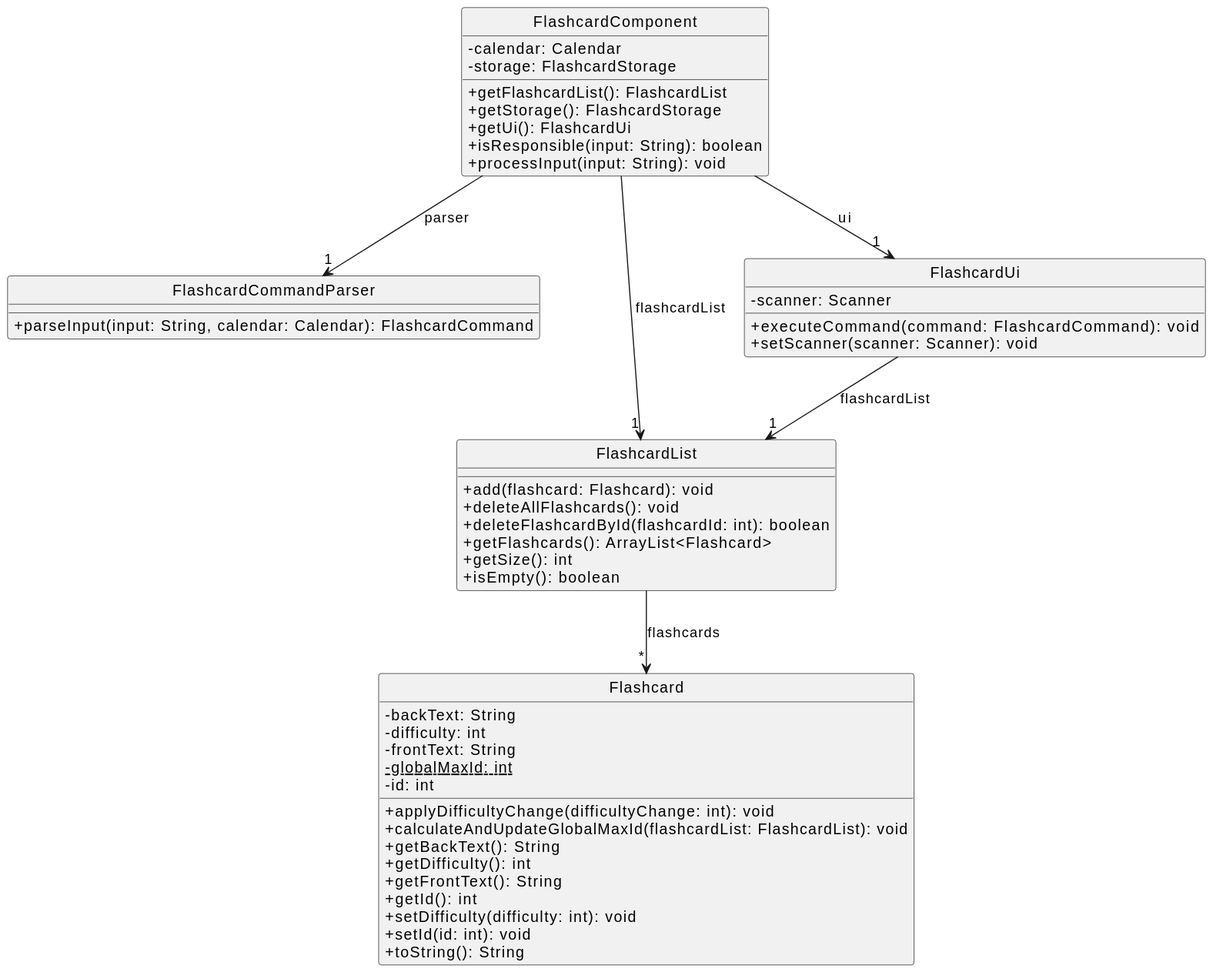
nus-cs2113-AY2324S1/tp keeps this PlantUML diagram as docs/Diagrams/flashcard-diagrams/overview_classes.svg. Above is the earlier version. Its diagram source:
```plantuml
@startuml
hide circle
skinparam classAttributeIconSize 0


class Flashcard {
  - backText: String
  - difficulty: int
  - frontText: String
  - {static} globalMaxId: int
  - id: int
  + applyDifficultyChange(difficultyChange: int): void
  + calculateAndUpdateGlobalMaxId(flashcardList: FlashcardList): void
  + getBackText(): String
  + getDifficulty(): int
  + getFrontText(): String
  + getId(): int
  + setDifficulty(difficulty: int): void
  + setId(id: int): void
  + toString(): String
}

class FlashcardCommandParser {
  + parseInput(input: String, calendar: Calendar): FlashcardCommand
}

class FlashcardComponent {
  - calendar: Calendar
  - storage: FlashcardStorage
  + getFlashcardList(): FlashcardList
  + getStorage(): FlashcardStorage
  + getUi(): FlashcardUi
  + isResponsible(input: String): boolean
  + processInput(input: String): void
}

class FlashcardList {
  + add(flashcard: Flashcard): void
  + deleteAllFlashcards(): void
  + deleteFlashcardById(flashcardId: int): boolean
  + getFlashcards(): ArrayList<Flashcard>
  + getSize(): int
  + isEmpty(): boolean
}

class FlashcardUi {
  - scanner: Scanner
  + executeCommand(command: FlashcardCommand): void
  + setScanner(scanner: Scanner): void
}


FlashcardComponent --> "1" FlashcardList : flashcardList
FlashcardComponent --> "1" FlashcardCommandParser : parser
FlashcardComponent --> "1" FlashcardUi : ui

FlashcardUi --> "1" FlashcardList : flashcardList

FlashcardList --> "*" Flashcard : flashcards
@enduml
```
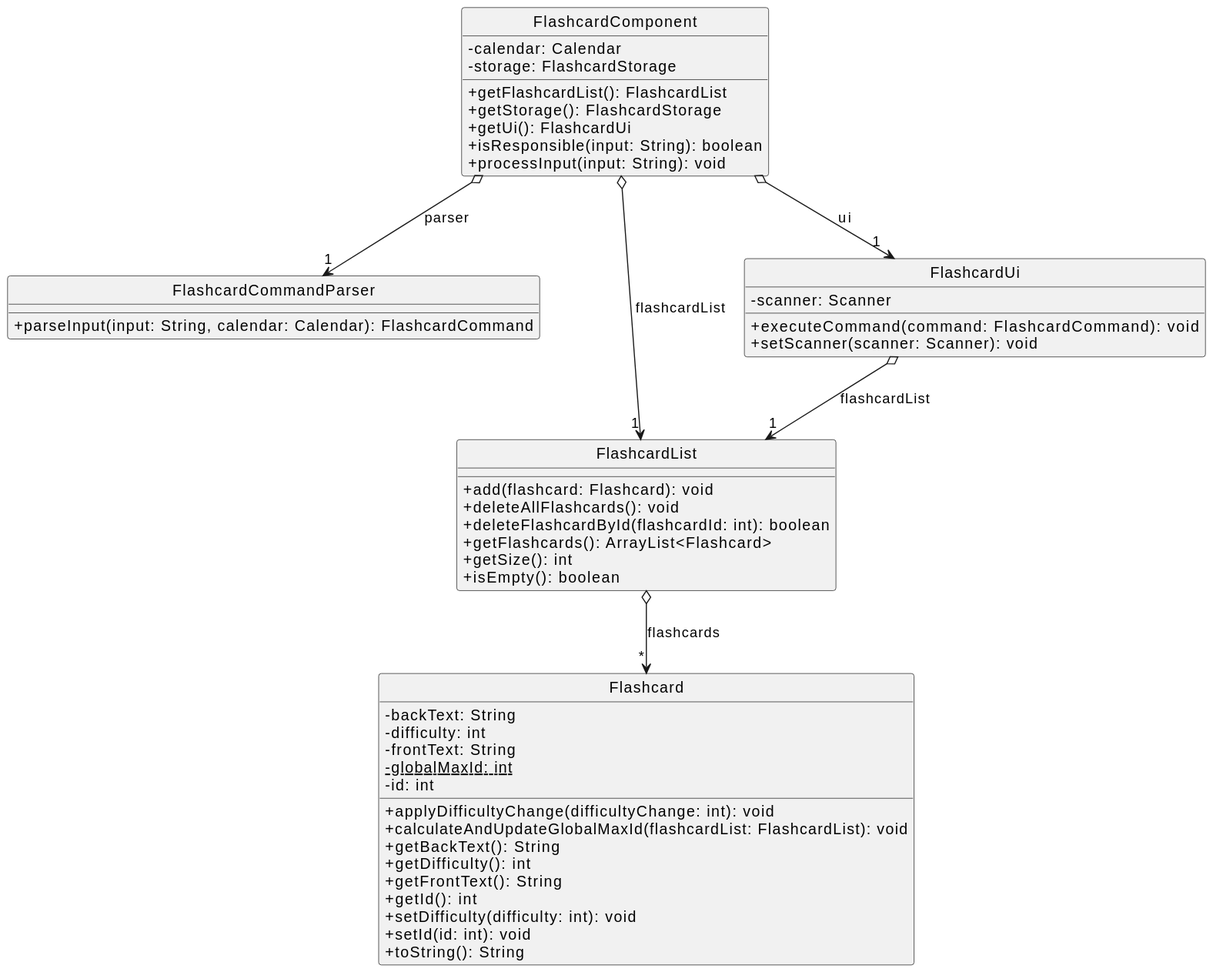
The same diagram one commit later.

The edit, as a diff of the source:
```diff
@@ -50,11 +50,11 @@
 }
 
 
-FlashcardComponent --> "1" FlashcardList : flashcardList
-FlashcardComponent --> "1" FlashcardCommandParser : parser
-FlashcardComponent --> "1" FlashcardUi : ui
+FlashcardComponent o--> "1" FlashcardList : flashcardList
+FlashcardComponent o--> "1" FlashcardCommandParser : parser
+FlashcardComponent o--> "1" FlashcardUi : ui
 
-FlashcardUi --> "1" FlashcardList : flashcardList
+FlashcardUi o--> "1" FlashcardList : flashcardList
 
-FlashcardList --> "*" Flashcard : flashcards
+FlashcardList o--> "*" Flashcard : flashcards
 @enduml
```
